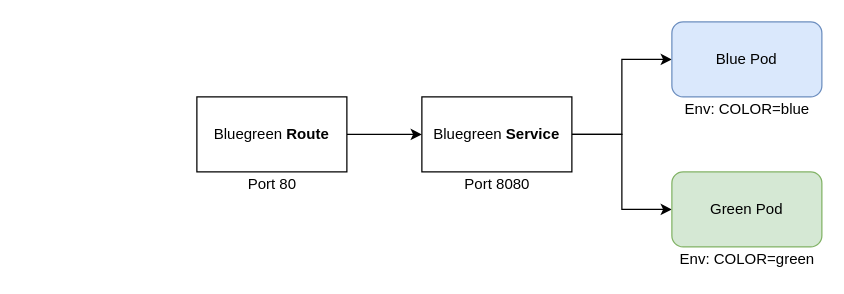
atiouajni/bluegreen-istio keeps this draw.io diagram as docs/bluegreen-services.drawio. Above is the earlier version. Source tidied: cells renumbered, new cells numbered last; positions are measured from the earlier drawing's top-left corner, leaving out a move shared by most shapes. Both pictures are drawn from the tidied source at 125%, with x=0, y=0 at pixel (196, 21).
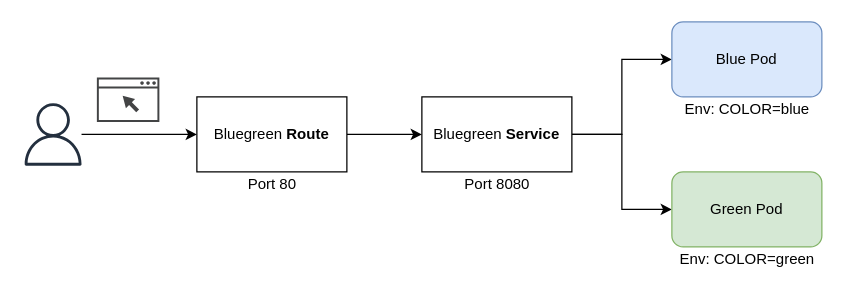
After the change.

What changed in the source:
```diff
@@
 <mxGraphModel>
   <root>
     <mxCell id="0" />
     <mxCell id="1" parent="0" />
     <mxCell id="2" style="edgeStyle=orthogonalEdgeStyle;rounded=0;jettySize=auto;html=1;" parent="1" edge="1" source="4" target="6">
       <mxGeometry relative="1" as="geometry">
         <Array as="points">
           <mxPoint x="340" y="90" />
           <mxPoint x="340" y="30" />
         </Array>
       </mxGeometry>
     </mxCell>
     <mxCell id="3" style="edgeStyle=orthogonalEdgeStyle;rounded=0;jettySize=auto;html=1;entryX=0;entryY=0.5;entryDx=0;entryDy=0;" parent="1" edge="1" source="4" target="5">
       <mxGeometry relative="1" as="geometry" />
     </mxCell>
     <mxCell id="4" value="Bluegreen &lt;b&gt;Service&lt;/b&gt;" style="rounded=0;whiteSpace=wrap;html=1;" parent="1" vertex="1">
       <mxGeometry x="180" y="60" width="120" height="60" as="geometry" />
     </mxCell>
     <mxCell id="5" value="Green Pod" style="rounded=1;whiteSpace=wrap;html=1;fillColor=#d5e8d4;strokeColor=#82b366;" parent="1" vertex="1">
       <mxGeometry x="380" y="120" width="120" height="60" as="geometry" />
     </mxCell>
     <mxCell id="6" value="Blue Pod" style="rounded=1;whiteSpace=wrap;html=1;fillColor=#dae8fc;strokeColor=#6c8ebf;" parent="1" vertex="1">
       <mxGeometry x="380" width="120" height="60" as="geometry" />
     </mxCell>
     <mxCell id="7" style="edgeStyle=orthogonalEdgeStyle;rounded=0;jettySize=auto;html=1;" parent="1" edge="1" source="8" target="4">
       <mxGeometry relative="1" as="geometry" />
     </mxCell>
     <mxCell id="8" value="Bluegreen &lt;b&gt;Route&lt;/b&gt;" style="rounded=0;whiteSpace=wrap;html=1;" parent="1" vertex="1">
       <mxGeometry y="60" width="120" height="60" as="geometry" />
     </mxCell>
     <mxCell id="9" value="Port 8080" style="text;html=1;align=center;verticalAlign=middle;" parent="1" vertex="1">
       <mxGeometry x="205" y="120" width="70" height="20" as="geometry" />
     </mxCell>
     <mxCell id="10" value="Port 80" style="text;html=1;align=center;verticalAlign=middle;" parent="1" vertex="1">
       <mxGeometry x="35" y="120" width="50" height="20" as="geometry" />
     </mxCell>
     <mxCell id="11" value="Env: COLOR=blue" style="text;html=1;align=center;verticalAlign=middle;" parent="1" vertex="1">
       <mxGeometry x="380" y="60" width="120" height="20" as="geometry" />
     </mxCell>
     <mxCell id="12" value="Env: COLOR=green" style="text;html=1;align=center;verticalAlign=middle;" parent="1" vertex="1">
       <mxGeometry x="380" y="180" width="120" height="20" as="geometry" />
     </mxCell>
+    <mxCell id="13" style="edgeStyle=orthogonalEdgeStyle;rounded=0;jettySize=auto;html=1;" parent="1" edge="1" source="14" target="8">
+      <mxGeometry relative="1" as="geometry" />
+    </mxCell>
+    <mxCell id="14" style="outlineConnect=0;fontColor=#232F3E;gradientColor=none;fillColor=#232F3E;strokeColor=none;dashed=0;verticalLabelPosition=bottom;verticalAlign=top;align=center;html=1;fontSize=12;fontStyle=0;shape=mxgraph.aws4.user;" parent="1" vertex="1">
+      <mxGeometry x="-140" y="65" width="50" height="50" as="geometry" />
+    </mxCell>
+    <mxCell id="15" style="shadow=0;dashed=0;html=1;strokeColor=none;fillColor=#434445;labelPosition=center;verticalLabelPosition=bottom;verticalAlign=top;align=center;shape=mxgraph.vvd.web_browser;" parent="1" vertex="1">
+      <mxGeometry x="-80" y="44.5" width="50" height="35.5" as="geometry" />
+    </mxCell>
   </root>
 </mxGraphModel>
```
